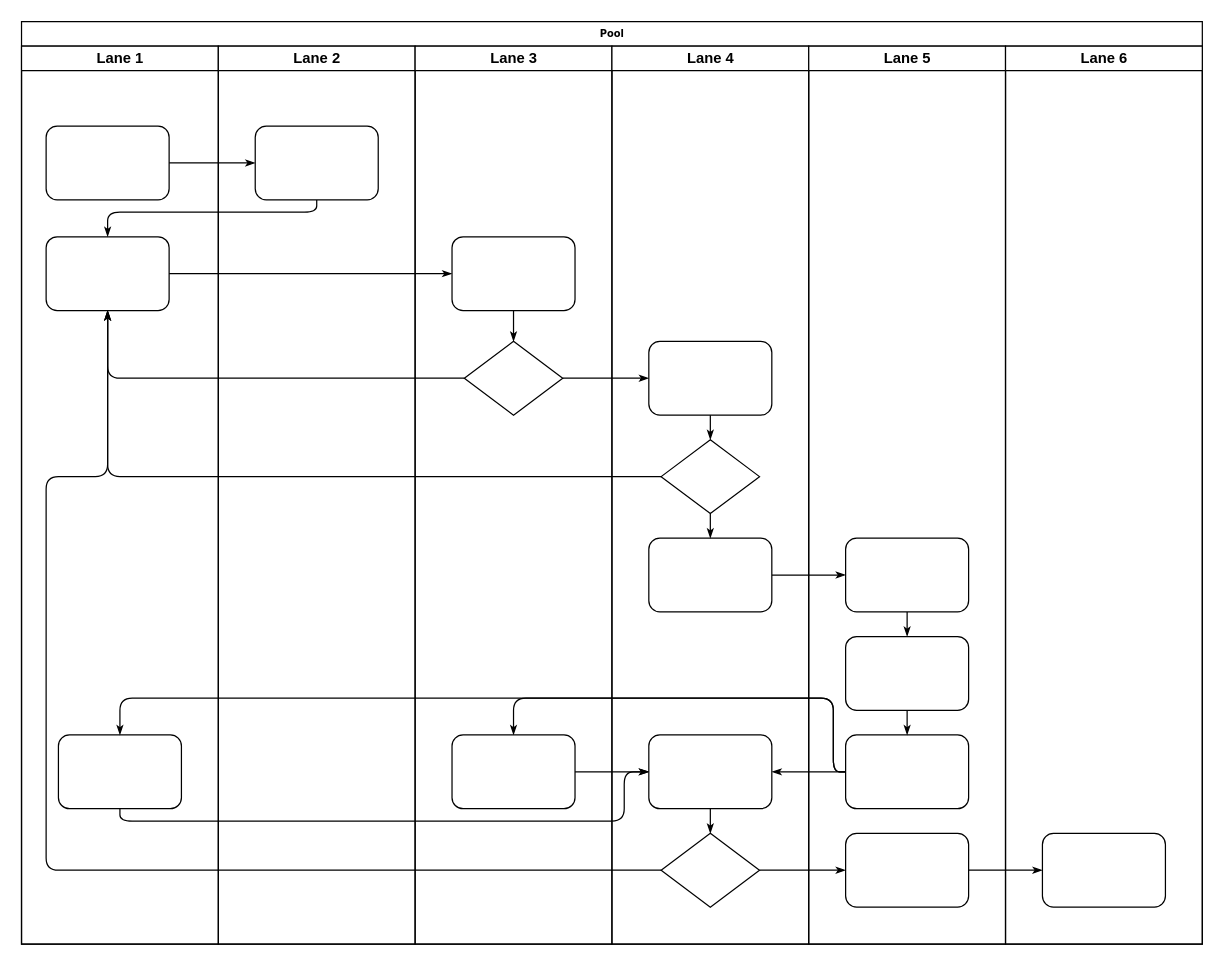
Before: Untitled Diagram.drawio in tagsBag/draw.io, a draw.io diagram. Source tidied: cells renumbered, new cells numbered last; positions are measured from the earlier drawing's top-left corner, leaving out a move shared by most shapes. Both pictures are drawn from the tidied source at 123%, with x=0, y=0 at pixel (21, 21).
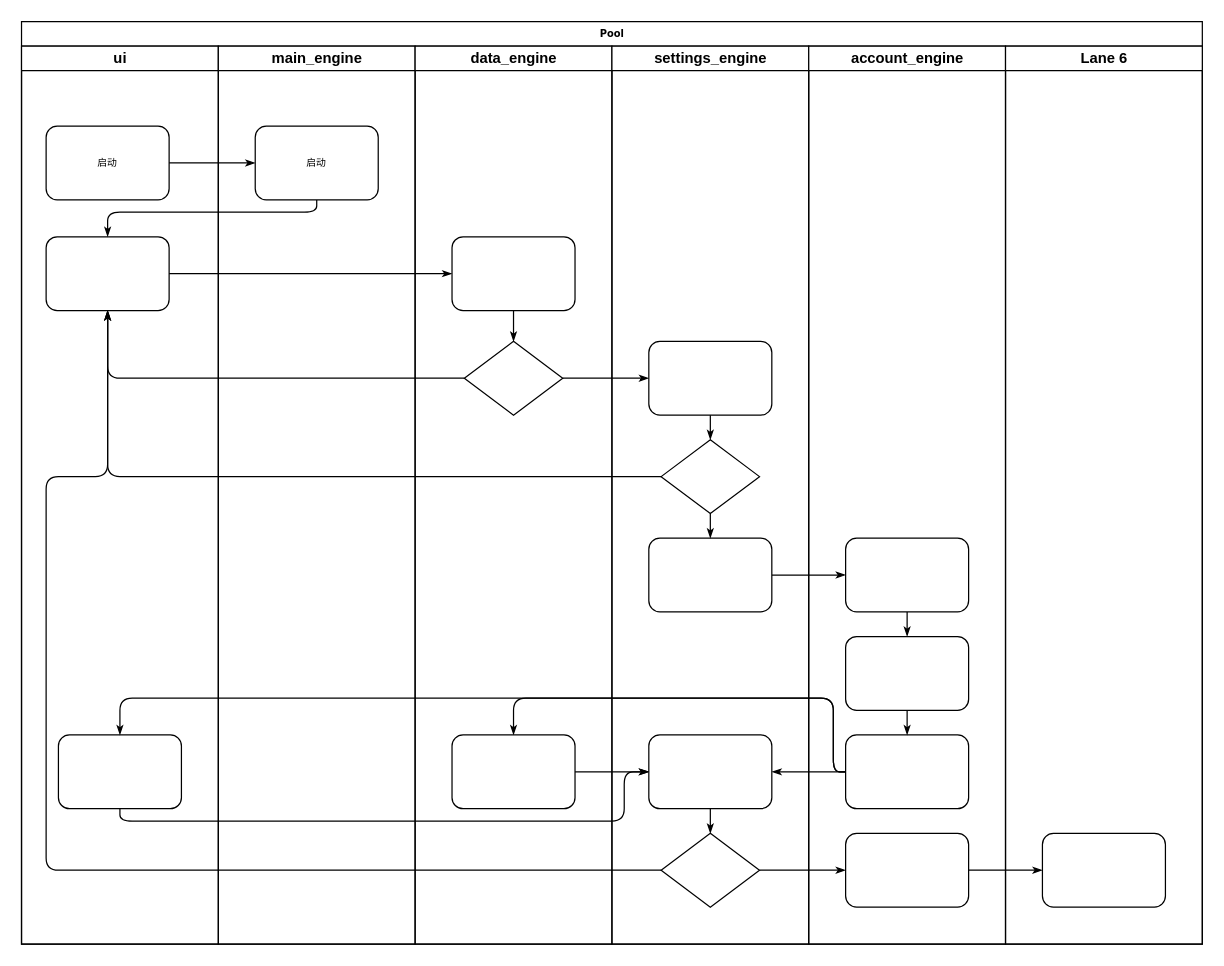
The same page after the edit.

The change refers to these unchanged cells:
```xml
<mxCell id="2" value="Pool" style="swimlane;html=1;startSize=20;rounded=0;shadow=0;labelBackgroundColor=none;strokeWidth=1;fontFamily=Verdana;fontSize=8;align=center;" parent="1" vertex="1">
  <mxGeometry width="960" height="750" as="geometry" />
</mxCell>
```

The edit, as a diff of the source:
```diff
@@
-    <mxCell id="3" value="Lane 1" style="swimlane;html=1;startSize=20;" parent="2" vertex="1">
+    <mxCell id="3" value="ui" style="swimlane;html=1;startSize=20;" parent="2" vertex="1">
       <mxGeometry y="20" width="160" height="730" as="geometry" />
     </mxCell>
-    <mxCell id="4" style="rounded=1;whiteSpace=wrap;html=1;shadow=0;labelBackgroundColor=none;strokeWidth=1;fontFamily=Verdana;fontSize=8;align=center;" parent="3" vertex="1">
+    <mxCell id="4" value="启动" style="rounded=1;whiteSpace=wrap;html=1;shadow=0;labelBackgroundColor=none;strokeWidth=1;fontFamily=Verdana;fontSize=8;align=center;" parent="3" vertex="1">
       <mxGeometry x="20" y="65" width="100" height="60" as="geometry" />
     </mxCell>
@@
-    <mxCell id="22" value="Lane 2" style="swimlane;html=1;startSize=20;" parent="2" vertex="1">
+    <mxCell id="22" value="main_engine" style="swimlane;html=1;startSize=20;" parent="2" vertex="1">
       <mxGeometry x="160" y="20" width="160" height="730" as="geometry" />
     </mxCell>
-    <mxCell id="23" style="rounded=1;whiteSpace=wrap;html=1;shadow=0;labelBackgroundColor=none;strokeWidth=1;fontFamily=Verdana;fontSize=8;align=center;" parent="22" vertex="1">
+    <mxCell id="23" value="启动" style="rounded=1;whiteSpace=wrap;html=1;shadow=0;labelBackgroundColor=none;strokeWidth=1;fontFamily=Verdana;fontSize=8;align=center;" parent="22" vertex="1">
       <mxGeometry x="30" y="65" width="100" height="60" as="geometry" />
     </mxCell>
-    <mxCell id="24" value="Lane 3" style="swimlane;html=1;startSize=20;" parent="2" vertex="1">
+    <mxCell id="24" value="data_engine" style="swimlane;html=1;startSize=20;" parent="2" vertex="1">
       <mxGeometry x="320" y="20" width="160" height="730" as="geometry" />
     </mxCell>
@@
-    <mxCell id="29" value="Lane 4" style="swimlane;html=1;startSize=20;" parent="2" vertex="1">
+    <mxCell id="29" value="settings_engine" style="swimlane;html=1;startSize=20;" parent="2" vertex="1">
       <mxGeometry x="480" y="20" width="160" height="730" as="geometry" />
     </mxCell>
@@
-    <mxCell id="38" value="Lane 5" style="swimlane;html=1;startSize=20;" parent="2" vertex="1">
+    <mxCell id="38" value="account_engine" style="swimlane;html=1;startSize=20;" parent="2" vertex="1">
       <mxGeometry x="640" y="20" width="160" height="730" as="geometry" />
     </mxCell>
```
